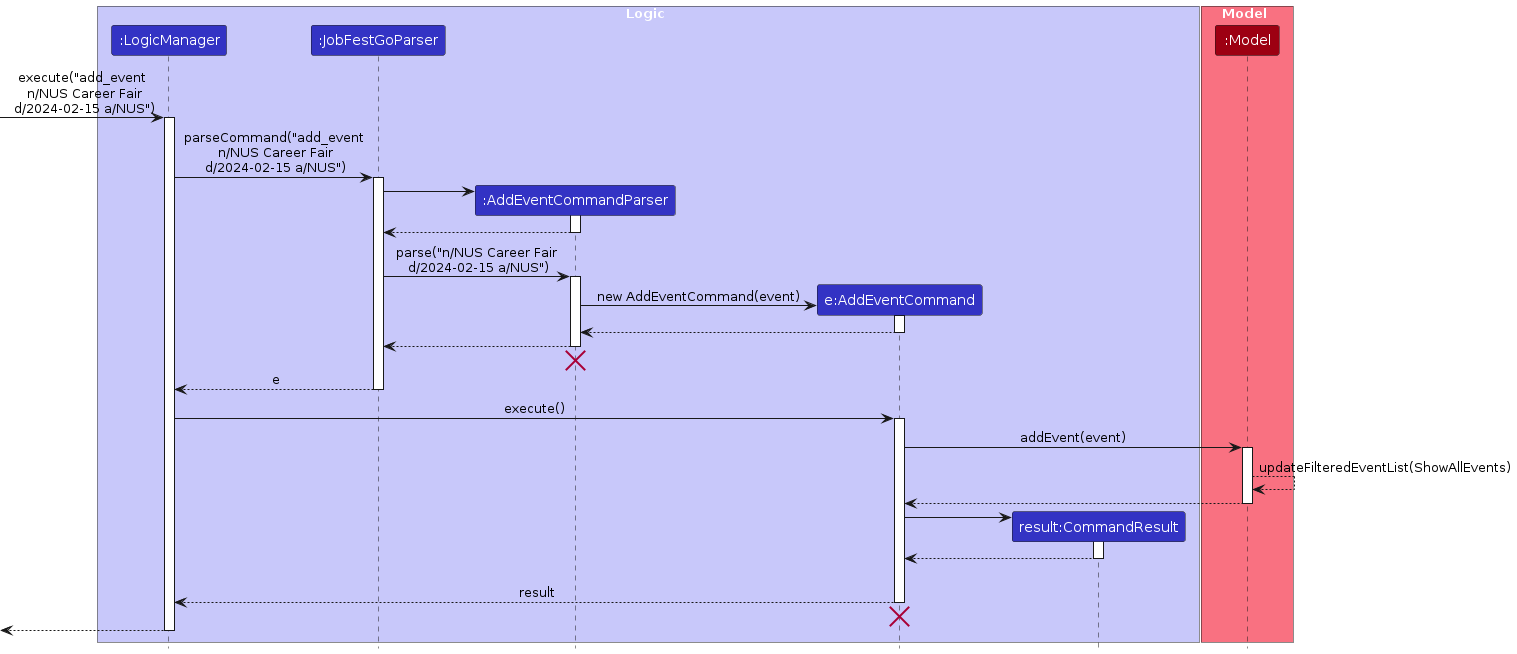
This is diagrams/AddEventSequenceDiagram.png from AY2324S1-CS2103T-T09-1/tp, a PlantUML export, as it was before one commit. Its source is kept beside it as diagrams/AddEventSequenceDiagram.puml.
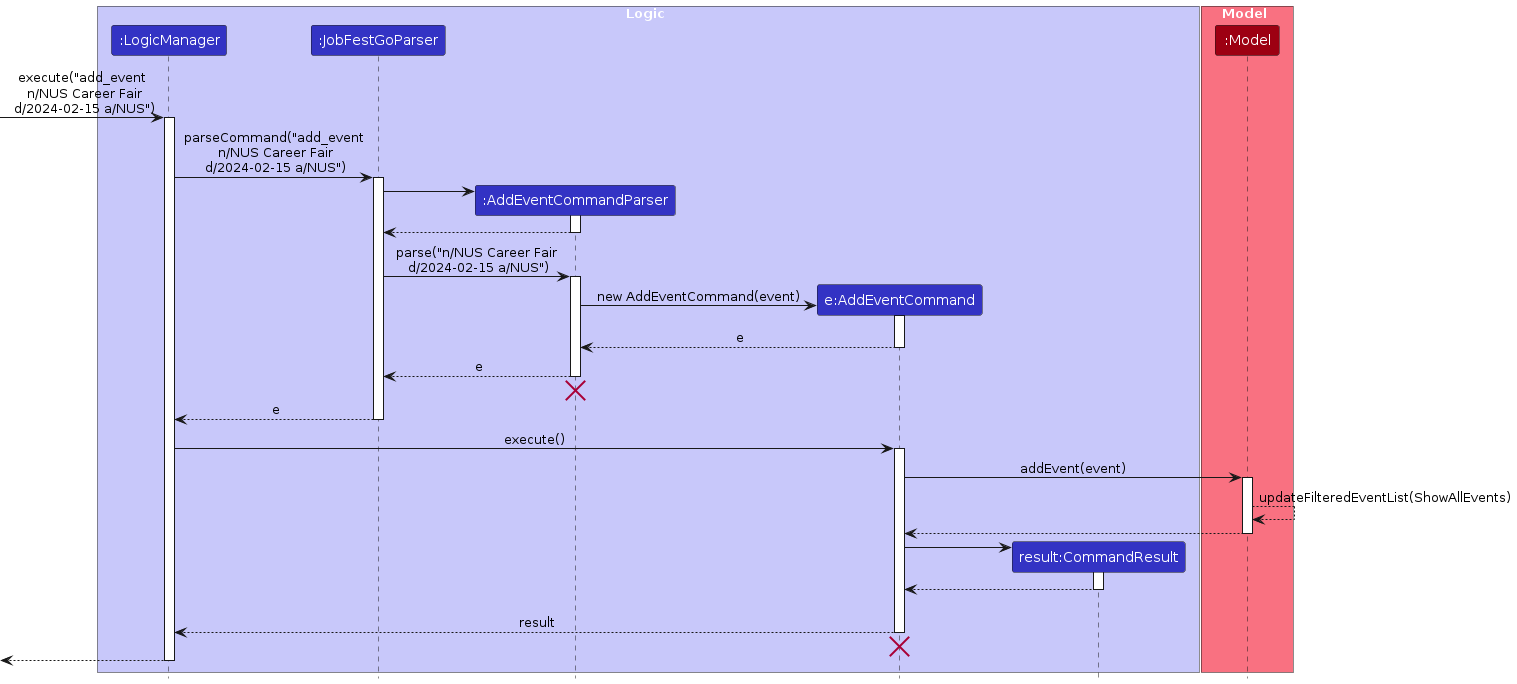
After the commit.

What changed in the source:
```diff
@@ -34,10 +34,10 @@
 AddEventCommandParser -> AddEventCommand : new AddEventCommand(event)
 activate AddEventCommand
 
-AddEventCommand --> AddEventCommandParser
+AddEventCommand --> AddEventCommandParser : e
 deactivate AddEventCommand
 
-AddEventCommandParser --> JobFestGoParser
+AddEventCommandParser --> JobFestGoParser : e
 deactivate AddEventCommandParser
 AddEventCommandParser -[hidden]-> JobFestGoParser
 destroy AddEventCommandParser
```
